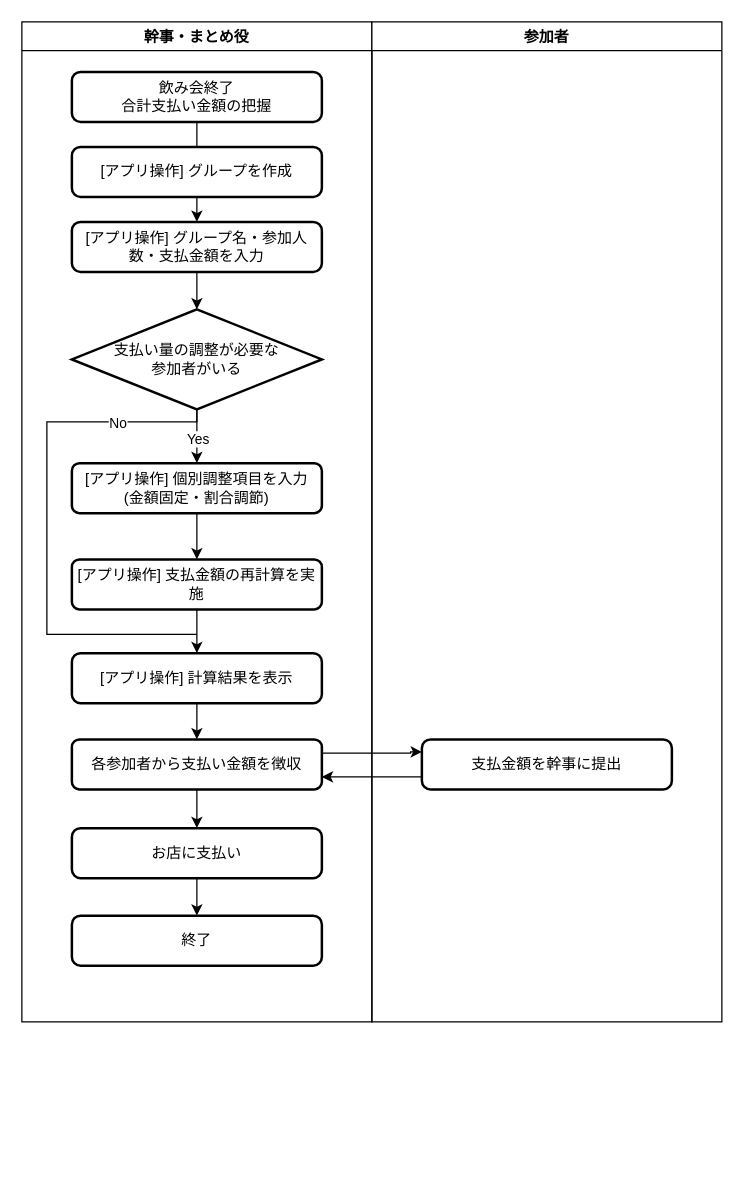
Above: document/オリプロ業務フロー図.drawio in nissi1278/Compatch (draw.io), before the change. Source tidied: cells renumbered, new cells numbered last; positions are measured from the earlier drawing's top-left corner, leaving out a move shared by most shapes. Both pictures are drawn from the tidied source at 125%, with x=0, y=0 at pixel (21, 21).
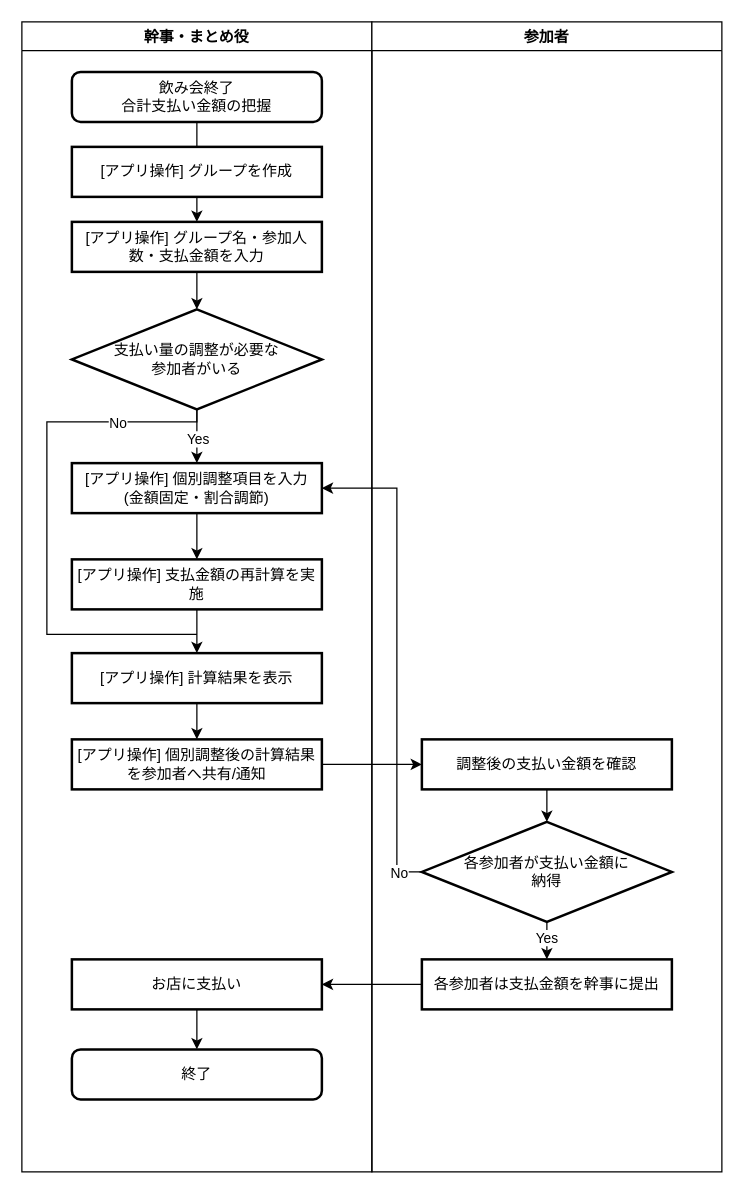
After the change.

Commit message (it also covers changes not shown here):
ref: 業務フロー図を修正。参加者に調整した価格を共有するフローを追加

Change to the diagram source:
```diff
@@
     <mxCell id="2" value="幹事・まとめ役" style="swimlane;" parent="1" vertex="1">
-      <mxGeometry width="280" height="800" as="geometry" />
+      <mxGeometry width="280" height="920" as="geometry" />
     </mxCell>
@@
-    <mxCell id="5" value="[アプリ操作] グループ&lt;span style=&quot;background-color: transparent; color: light-dark(rgb(0, 0, 0), rgb(255, 255, 255));&quot;&gt;を作成&lt;/span&gt;" style="rounded=1;whiteSpace=wrap;html=1;absoluteArcSize=1;arcSize=14;strokeWidth=2;" parent="2" vertex="1">
+    <mxCell id="5" value="[アプリ操作] グループ&lt;span style=&quot;background-color: transparent; color: light-dark(rgb(0, 0, 0), rgb(255, 255, 255));&quot;&gt;を作成&lt;/span&gt;" style="rounded=0;whiteSpace=wrap;html=1;absoluteArcSize=1;arcSize=14;strokeWidth=2;" parent="2" vertex="1">
       <mxGeometry x="40" y="100" width="200" height="40" as="geometry" />
     </mxCell>
@@
-    <mxCell id="7" value="[アプリ操作] グループ名・参加人数・支払金額を入力" style="rounded=1;whiteSpace=wrap;html=1;absoluteArcSize=1;arcSize=14;strokeWidth=2;" parent="2" vertex="1">
+    <mxCell id="7" value="[アプリ操作] グループ名・参加人数・支払金額を入力" style="rounded=0;whiteSpace=wrap;html=1;absoluteArcSize=1;arcSize=14;strokeWidth=2;" parent="2" vertex="1">
       <mxGeometry x="40" y="160" width="200" height="40" as="geometry" />
     </mxCell>
@@
-    <mxCell id="11" value="[アプリ操作] 計算結果を表示" style="rounded=1;whiteSpace=wrap;html=1;absoluteArcSize=1;arcSize=14;strokeWidth=2;" parent="2" vertex="1">
+    <mxCell id="11" value="[アプリ操作] 計算結果を表示" style="rounded=0;whiteSpace=wrap;html=1;absoluteArcSize=1;arcSize=14;strokeWidth=2;" parent="2" vertex="1">
       <mxGeometry x="40" y="505" width="200" height="40" as="geometry" />
     </mxCell>
@@
-    <mxCell id="13" value="お店に支払い" style="whiteSpace=wrap;html=1;rounded=1;absoluteArcSize=1;arcSize=14;strokeWidth=2;" parent="2" vertex="1">
-      <mxGeometry x="40" y="645" width="200" height="40" as="geometry" />
+    <mxCell id="13" value="お店に支払い" style="whiteSpace=wrap;html=1;rounded=0;absoluteArcSize=1;arcSize=14;strokeWidth=2;" parent="2" vertex="1">
+      <mxGeometry x="40" y="750" width="200" height="40" as="geometry" />
     </mxCell>
     <mxCell id="14" value="終了" style="whiteSpace=wrap;html=1;rounded=1;absoluteArcSize=1;arcSize=14;strokeWidth=2;" parent="2" vertex="1">
-      <mxGeometry x="40" y="715" width="200" height="40" as="geometry" />
+      <mxGeometry x="40" y="822" width="200" height="40" as="geometry" />
     </mxCell>
@@
-    <mxCell id="16" value="[アプリ操作] 個別調整項目を入力&lt;br&gt;(金額固定・割合調節)" style="rounded=1;whiteSpace=wrap;html=1;strokeWidth=2;" parent="2" vertex="1">
+    <mxCell id="16" value="[アプリ操作] 個別調整項目を入力&lt;br&gt;(金額固定・割合調節)" style="rounded=0;whiteSpace=wrap;html=1;strokeWidth=2;" parent="2" vertex="1">
       <mxGeometry x="40" y="353" width="200" height="40" as="geometry" />
     </mxCell>
@@
-    <mxCell id="19" value="[アプリ操作] 支払金額の再計算を実施" style="rounded=1;whiteSpace=wrap;html=1;strokeWidth=2;" parent="2" vertex="1">
+    <mxCell id="19" value="[アプリ操作] 支払金額の再計算を実施" style="rounded=0;whiteSpace=wrap;html=1;strokeWidth=2;" parent="2" vertex="1">
       <mxGeometry x="40" y="430" width="200" height="40" as="geometry" />
     </mxCell>
@@
+    <mxCell id="28" style="edgeStyle=orthogonalEdgeStyle;rounded=0;jettySize=auto;html=1;entryX=1;entryY=0.5;entryDx=0;entryDy=0;" parent="2" edge="1" target="16">
+      <mxGeometry relative="1" as="geometry">
+        <mxPoint x="320.1" y="680" as="sourcePoint" />
+        <Array as="points">
+          <mxPoint x="300" y="680" />
+          <mxPoint x="300" y="373" />
+        </Array>
+      </mxGeometry>
+    </mxCell>
+    <mxCell id="29" value="No" style="edgeLabel;html=1;align=center;verticalAlign=middle;" parent="28" vertex="1">
+      <mxGeometry x="-0.9" relative="1" as="geometry" />
+    </mxCell>
     <mxCell id="21" value="参加者" style="swimlane;" parent="1" vertex="1">
-      <mxGeometry x="280" width="280" height="800" as="geometry" />
+      <mxGeometry x="280" width="280" height="920" as="geometry" />
     </mxCell>
+    <mxCell id="30" style="edgeStyle=orthogonalEdgeStyle;rounded=0;jettySize=auto;html=1;" parent="21" edge="1" source="22" target="33">
+      <mxGeometry relative="1" as="geometry" />
+    </mxCell>
-    <mxCell id="22" value="支払金額を幹事に提出" style="whiteSpace=wrap;html=1;rounded=1;absoluteArcSize=1;arcSize=14;strokeWidth=2;" parent="21" vertex="1">
+    <mxCell id="22" value="調整後の支払い金額を確認" style="whiteSpace=wrap;html=1;rounded=0;absoluteArcSize=1;arcSize=14;strokeWidth=2;" parent="21" vertex="1">
       <mxGeometry x="40" y="574" width="200" height="40" as="geometry" />
     </mxCell>
-    <mxCell id="23" style="edgeStyle=orthogonalEdgeStyle;rounded=0;jettySize=auto;html=1;" parent="1" edge="1" source="25">
-      <mxGeometry relative="1" as="geometry">
-        <mxPoint x="140" y="645" as="targetPoint" />
-      </mxGeometry>
-    </mxCell>
+    <mxCell id="31" style="edgeStyle=orthogonalEdgeStyle;rounded=0;jettySize=auto;html=1;" parent="21" edge="1" source="33" target="34">
+      <mxGeometry relative="1" as="geometry" />
+    </mxCell>
+    <mxCell id="32" value="Yes" style="edgeLabel;html=1;align=center;verticalAlign=middle;" parent="31" vertex="1">
+      <mxGeometry x="0.27" y="-1" relative="1" as="geometry" />
+    </mxCell>
+    <mxCell id="33" value="各参加者が支払い金額に&lt;br&gt;納得" style="rhombus;whiteSpace=wrap;html=1;rounded=0;absoluteArcSize=1;arcSize=14;strokeWidth=2;" parent="21" vertex="1">
+      <mxGeometry x="40" y="640" width="200" height="80" as="geometry" />
+    </mxCell>
+    <mxCell id="34" value="各参加者は支払金額を幹事に提出" style="whiteSpace=wrap;html=1;rounded=0;absoluteArcSize=1;arcSize=14;strokeWidth=2;" parent="21" vertex="1">
+      <mxGeometry x="40" y="750" width="200" height="40" as="geometry" />
+    </mxCell>
-    <mxCell id="24" style="edgeStyle=orthogonalEdgeStyle;rounded=0;jettySize=auto;html=1;entryX=0;entryY=0.25;entryDx=0;entryDy=0;exitX=1;exitY=0.25;exitDx=0;exitDy=0;" parent="1" edge="1" source="25" target="22">
-      <mxGeometry relative="1" as="geometry">
-        <Array as="points">
-          <mxPoint x="240" y="585" />
-          <mxPoint x="311" y="585" />
-        </Array>
-      </mxGeometry>
+    <mxCell id="24" style="edgeStyle=orthogonalEdgeStyle;rounded=0;jettySize=auto;html=1;" parent="1" edge="1" source="25" target="22">
+      <mxGeometry relative="1" as="geometry" />
     </mxCell>
-    <mxCell id="25" value="各参加者から支払い金額を徴収" style="rounded=1;whiteSpace=wrap;html=1;strokeWidth=2;" parent="1" vertex="1">
+    <mxCell id="25" value="[アプリ操作] 個別調整後の計算結果を参加者へ共有/通知 " style="rounded=0;whiteSpace=wrap;html=1;strokeWidth=2;" parent="1" vertex="1">
       <mxGeometry x="40" y="574" width="200" height="40" as="geometry" />
     </mxCell>
-    <mxCell id="26" style="edgeStyle=orthogonalEdgeStyle;rounded=0;jettySize=auto;html=1;entryX=1;entryY=0.75;entryDx=0;entryDy=0;" parent="1" edge="1" source="22" target="25">
-      <mxGeometry relative="1" as="geometry">
-        <Array as="points">
-          <mxPoint x="300" y="604" />
-          <mxPoint x="300" y="604" />
-        </Array>
-      </mxGeometry>
-    </mxCell>
@@
+    <mxCell id="35" style="edgeStyle=orthogonalEdgeStyle;rounded=0;jettySize=auto;html=1;" parent="1" edge="1" source="34" target="13">
+      <mxGeometry relative="1" as="geometry" />
+    </mxCell>
```
